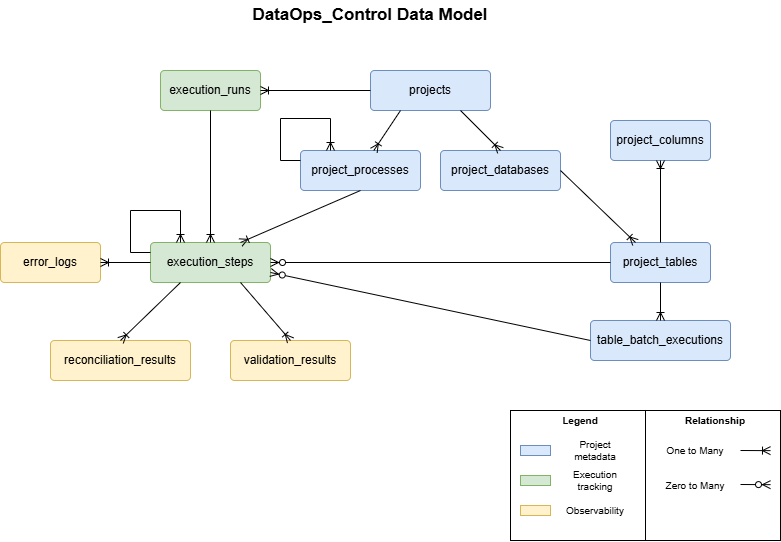
Before: on_premise/oracle_mssql_migration/docs/img/data_model_DataOps_Control.png, a diagram exported from draw.io (WilderJoseth/data-engineering-projects). Source tidied: cells renumbered, new cells last; positions are measured from the earlier drawing's top-left corner, leaving out a move shared by most shapes.
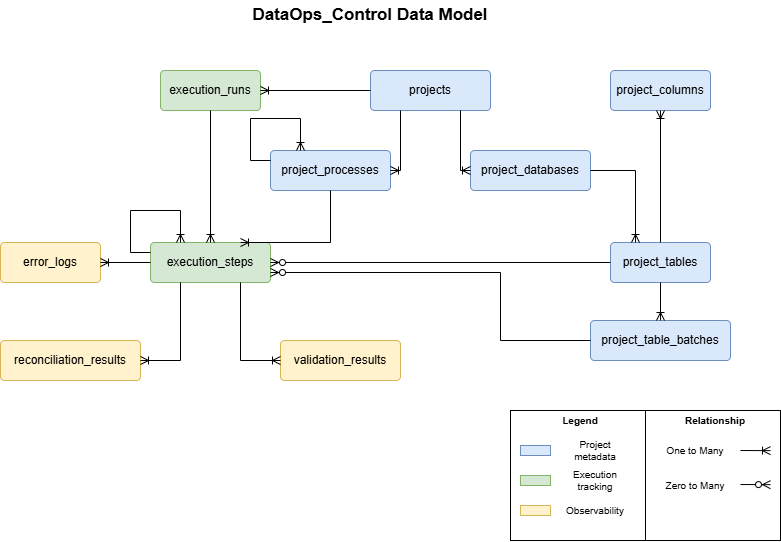
Above is the later version.

What changed in the source:
```diff
@@ -9,7 +9,7 @@
       <mxGeometry x="370" y="70" width="120" height="40" as="geometry" />
     </mxCell>
     <mxCell id="4" value="project_databases" style="rounded=1;arcSize=10;whiteSpace=wrap;html=1;align=center;fillColor=#dae8fc;strokeColor=#6c8ebf;" parent="1" vertex="1">
-      <mxGeometry x="440" y="150" width="120" height="40" as="geometry" />
+      <mxGeometry x="470" y="150" width="120" height="40" as="geometry" />
     </mxCell>
     <mxCell id="5" value="project_tables" style="rounded=1;arcSize=10;whiteSpace=wrap;html=1;align=center;fillColor=#dae8fc;strokeColor=#6c8ebf;" parent="1" vertex="1">
       <mxGeometry x="610" y="242" width="100" height="40" as="geometry" />
@@ -53,11 +53,19 @@
     <mxCell id="17" value="Relationship" style="text;html=1;whiteSpace=wrap;strokeColor=none;fillColor=none;align=center;verticalAlign=middle;rounded=0;fontSize=10;fontStyle=1;" parent="1" vertex="1">
       <mxGeometry x="680" y="410" width="70" height="20" as="geometry" />
     </mxCell>
-    <mxCell id="18" style="fontSize=12;html=1;endArrow=ERoneToMany;rounded=0;exitX=0.75;exitY=1;exitDx=0;exitDy=0;entryX=0.5;entryY=0;entryDx=0;entryDy=0;" parent="1" edge="1" source="3" target="4">
-      <mxGeometry relative="1" as="geometry" />
+    <mxCell id="18" style="fontSize=12;html=1;endArrow=ERoneToMany;rounded=0;exitX=0.75;exitY=1;exitDx=0;exitDy=0;entryX=0;entryY=0.5;entryDx=0;entryDy=0;" parent="1" edge="1" source="3" target="4">
+      <mxGeometry relative="1" as="geometry">
+        <Array as="points">
+          <mxPoint x="460" y="170" />
+        </Array>
+      </mxGeometry>
     </mxCell>
     <mxCell id="19" style="fontSize=12;html=1;endArrow=ERoneToMany;rounded=0;exitX=1;exitY=0.5;exitDx=0;exitDy=0;entryX=0.25;entryY=0;entryDx=0;entryDy=0;" parent="1" edge="1" source="4" target="5">
-      <mxGeometry relative="1" as="geometry" />
+      <mxGeometry relative="1" as="geometry">
+        <Array as="points">
+          <mxPoint x="635" y="170" />
+        </Array>
+      </mxGeometry>
     </mxCell>
     <mxCell id="20" style="fontSize=12;html=1;endArrow=ERoneToMany;rounded=0;exitX=0;exitY=0.5;exitDx=0;exitDy=0;entryX=1;entryY=0.5;entryDx=0;entryDy=0;" parent="1" edge="1" source="3" target="6">
       <mxGeometry relative="1" as="geometry" />
@@ -66,13 +74,13 @@
       <mxGeometry relative="1" as="geometry" />
     </mxCell>
     <mxCell id="22" value="validation_results" style="rounded=1;arcSize=10;whiteSpace=wrap;html=1;align=center;fillColor=#fff2cc;strokeColor=#d6b656;" parent="1" vertex="1">
-      <mxGeometry x="230" y="340" width="120" height="40" as="geometry" />
+      <mxGeometry x="280" y="340" width="120" height="40" as="geometry" />
     </mxCell>
     <mxCell id="23" value="error_logs" style="rounded=1;arcSize=10;whiteSpace=wrap;html=1;align=center;fillColor=#fff2cc;strokeColor=#d6b656;" parent="1" vertex="1">
       <mxGeometry y="242" width="100" height="40" as="geometry" />
     </mxCell>
     <mxCell id="24" value="reconciliation_results" style="rounded=1;arcSize=10;whiteSpace=wrap;html=1;align=center;fillColor=#fff2cc;strokeColor=#d6b656;" parent="1" vertex="1">
-      <mxGeometry x="50" y="340" width="140" height="40" as="geometry" />
+      <mxGeometry y="340" width="140" height="40" as="geometry" />
     </mxCell>
     <mxCell id="25" style="rounded=0;whiteSpace=wrap;html=1;fillColor=#fff2cc;strokeColor=#d6b656;" parent="1" vertex="1">
       <mxGeometry x="520" y="505" width="30" height="10" as="geometry" />
@@ -80,23 +88,36 @@
     <mxCell id="26" value="Observability" style="text;html=1;whiteSpace=wrap;strokeColor=none;fillColor=none;align=center;verticalAlign=middle;rounded=0;fontSize=10;" parent="1" vertex="1">
       <mxGeometry x="560" y="500" width="70" height="20" as="geometry" />
     </mxCell>
-    <mxCell id="27" value="table_batch_executions" style="rounded=1;arcSize=10;whiteSpace=wrap;html=1;align=center;fillColor=#dae8fc;strokeColor=#6c8ebf;" parent="1" vertex="1">
+    <mxCell id="27" value="project_table_batches" style="rounded=1;arcSize=10;whiteSpace=wrap;html=1;align=center;fillColor=#dae8fc;strokeColor=#6c8ebf;" parent="1" vertex="1">
       <mxGeometry x="590" y="320" width="140" height="40" as="geometry" />
     </mxCell>
     <mxCell id="28" style="fontSize=12;html=1;endArrow=ERoneToMany;rounded=0;exitX=0.5;exitY=1;exitDx=0;exitDy=0;entryX=0.5;entryY=0;entryDx=0;entryDy=0;" parent="1" edge="1" source="5" target="27">
       <mxGeometry relative="1" as="geometry" />
     </mxCell>
     <mxCell id="29" value="project_processes" style="rounded=1;arcSize=10;whiteSpace=wrap;html=1;align=center;fillColor=#dae8fc;strokeColor=#6c8ebf;" parent="1" vertex="1">
-      <mxGeometry x="300" y="150" width="120" height="40" as="geometry" />
+      <mxGeometry x="270" y="150" width="120" height="40" as="geometry" />
     </mxCell>
-    <mxCell id="30" style="fontSize=12;html=1;endArrow=ERoneToMany;rounded=0;exitX=0.25;exitY=1;exitDx=0;exitDy=0;" parent="1" edge="1" source="3" target="29">
-      <mxGeometry relative="1" as="geometry" />
+    <mxCell id="30" style="fontSize=12;html=1;endArrow=ERoneToMany;rounded=0;exitX=0.25;exitY=1;exitDx=0;exitDy=0;entryX=1;entryY=0.5;entryDx=0;entryDy=0;" parent="1" edge="1" source="3" target="29">
+      <mxGeometry relative="1" as="geometry">
+        <Array as="points">
+          <mxPoint x="400" y="170" />
+        </Array>
+      </mxGeometry>
     </mxCell>
     <mxCell id="31" style="fontSize=12;html=1;endArrow=ERoneToMany;rounded=0;exitX=0.5;exitY=1;exitDx=0;exitDy=0;entryX=0.75;entryY=0;entryDx=0;entryDy=0;" parent="1" edge="1" source="29" target="7">
-      <mxGeometry relative="1" as="geometry" />
+      <mxGeometry relative="1" as="geometry">
+        <Array as="points">
+          <mxPoint x="330" y="242" />
+        </Array>
+      </mxGeometry>
     </mxCell>
     <mxCell id="32" style="fontSize=12;html=1;endArrow=ERzeroToMany;endFill=1;rounded=0;entryX=1;entryY=0.75;entryDx=0;entryDy=0;exitX=0;exitY=0.5;exitDx=0;exitDy=0;" parent="1" edge="1" source="27" target="7">
-      <mxGeometry relative="1" as="geometry" />
+      <mxGeometry relative="1" as="geometry">
+        <Array as="points">
+          <mxPoint x="500" y="340" />
+          <mxPoint x="500" y="272" />
+        </Array>
+      </mxGeometry>
     </mxCell>
     <mxCell id="33" value="Zero to Many" style="text;html=1;whiteSpace=wrap;strokeColor=none;fillColor=none;align=center;verticalAlign=middle;rounded=0;fontSize=10;" parent="1" vertex="1">
       <mxGeometry x="660" y="475" width="70" height="20" as="geometry" />
@@ -113,14 +134,22 @@
     <mxCell id="36" style="fontSize=12;html=1;endArrow=ERoneToMany;rounded=0;exitX=0;exitY=0.5;exitDx=0;exitDy=0;entryX=1;entryY=0.5;entryDx=0;entryDy=0;" parent="1" edge="1" source="7" target="23">
       <mxGeometry relative="1" as="geometry" />
     </mxCell>
-    <mxCell id="37" style="fontSize=12;html=1;endArrow=ERoneToMany;rounded=0;exitX=0.25;exitY=1;exitDx=0;exitDy=0;entryX=0.5;entryY=0;entryDx=0;entryDy=0;" parent="1" edge="1" source="7" target="24">
-      <mxGeometry relative="1" as="geometry" />
+    <mxCell id="37" style="fontSize=12;html=1;endArrow=ERoneToMany;rounded=0;exitX=0.25;exitY=1;exitDx=0;exitDy=0;entryX=1;entryY=0.5;entryDx=0;entryDy=0;" parent="1" edge="1" source="7" target="24">
+      <mxGeometry relative="1" as="geometry">
+        <Array as="points">
+          <mxPoint x="180" y="360" />
+        </Array>
+      </mxGeometry>
     </mxCell>
-    <mxCell id="38" style="fontSize=12;html=1;endArrow=ERoneToMany;rounded=0;exitX=0.75;exitY=1;exitDx=0;exitDy=0;entryX=0.5;entryY=0;entryDx=0;entryDy=0;" parent="1" edge="1" source="7" target="22">
-      <mxGeometry relative="1" as="geometry" />
+    <mxCell id="38" style="fontSize=12;html=1;endArrow=ERoneToMany;rounded=0;exitX=0.75;exitY=1;exitDx=0;exitDy=0;entryX=0;entryY=0.5;entryDx=0;entryDy=0;" parent="1" edge="1" source="7" target="22">
+      <mxGeometry relative="1" as="geometry">
+        <Array as="points">
+          <mxPoint x="240" y="360" />
+        </Array>
+      </mxGeometry>
     </mxCell>
     <mxCell id="39" value="project_columns" style="rounded=1;arcSize=10;whiteSpace=wrap;html=1;align=center;fillColor=#dae8fc;strokeColor=#6c8ebf;" parent="1" vertex="1">
-      <mxGeometry x="610" y="120" width="100" height="40" as="geometry" />
+      <mxGeometry x="610" y="70" width="100" height="40" as="geometry" />
     </mxCell>
     <mxCell id="40" style="fontSize=12;html=1;endArrow=ERoneToMany;rounded=0;exitX=0.5;exitY=0;exitDx=0;exitDy=0;entryX=0.5;entryY=1;entryDx=0;entryDy=0;" parent="1" edge="1" source="5" target="39">
       <mxGeometry relative="1" as="geometry" />
@@ -136,12 +165,12 @@
     </mxCell>
     <mxCell id="42" style="fontSize=12;html=1;endArrow=ERoneToMany;rounded=0;exitX=0;exitY=0.25;exitDx=0;exitDy=0;entryX=0.25;entryY=0;entryDx=0;entryDy=0;" parent="1" edge="1">
       <mxGeometry relative="1" as="geometry">
-        <mxPoint x="300" y="160" as="sourcePoint" />
-        <mxPoint x="330" y="150" as="targetPoint" />
+        <mxPoint x="270" y="160" as="sourcePoint" />
+        <mxPoint x="300" y="150" as="targetPoint" />
         <Array as="points">
-          <mxPoint x="280" y="160" />
-          <mxPoint x="280" y="118" />
-          <mxPoint x="330" y="118" />
+          <mxPoint x="250" y="160" />
+          <mxPoint x="250" y="118" />
+          <mxPoint x="300" y="118" />
         </Array>
       </mxGeometry>
     </mxCell>
```
